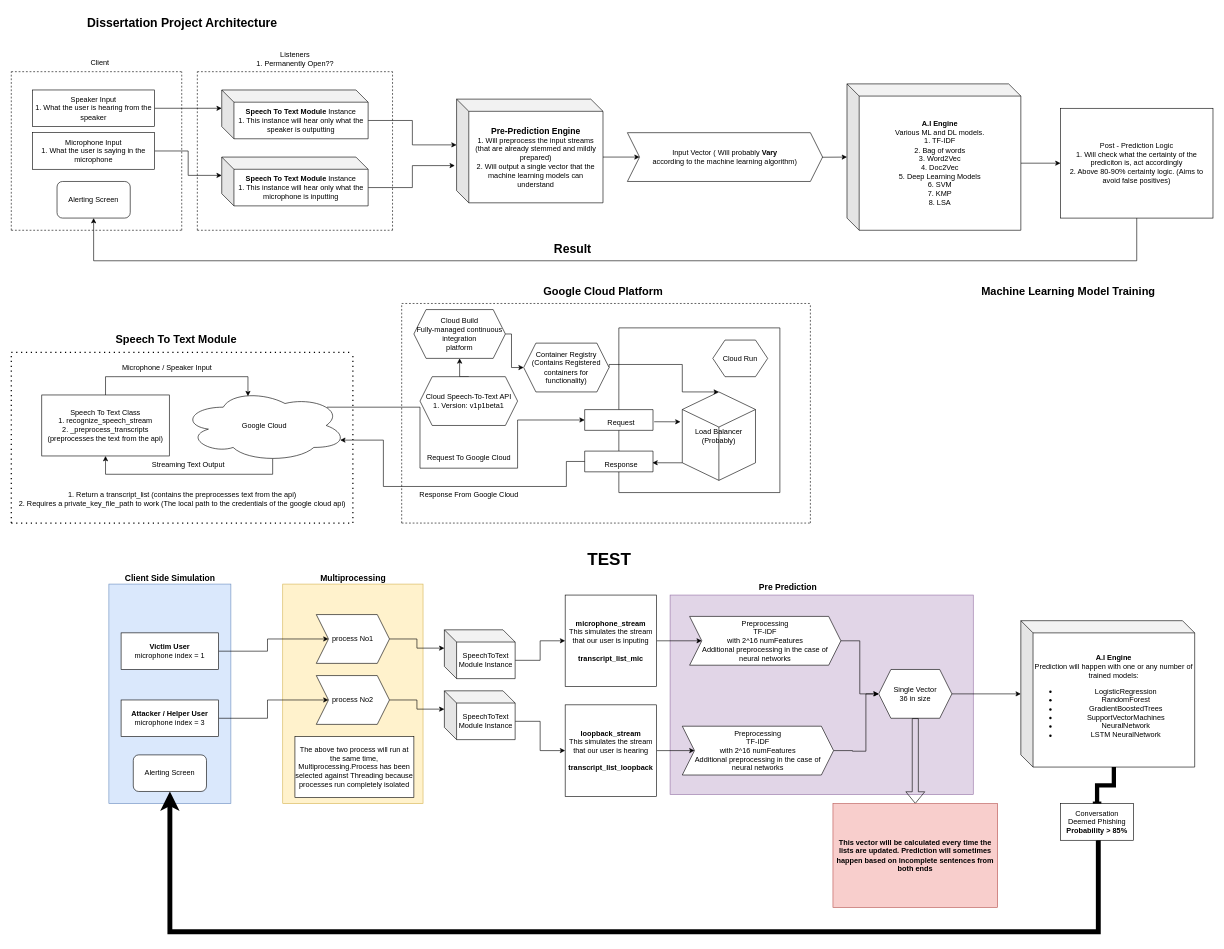
Naveenramana/Minor-project- keeps this draw.io diagram as Design/dissertation_design.drawio. Above is the earlier version. Source tidied: cells renumbered, new cells numbered last; positions are measured from the earlier drawing's top-left corner, leaving out a move shared by most shapes. Both pictures are drawn from the tidied source at 61%, with x=0, y=0 at pixel (11, 10).
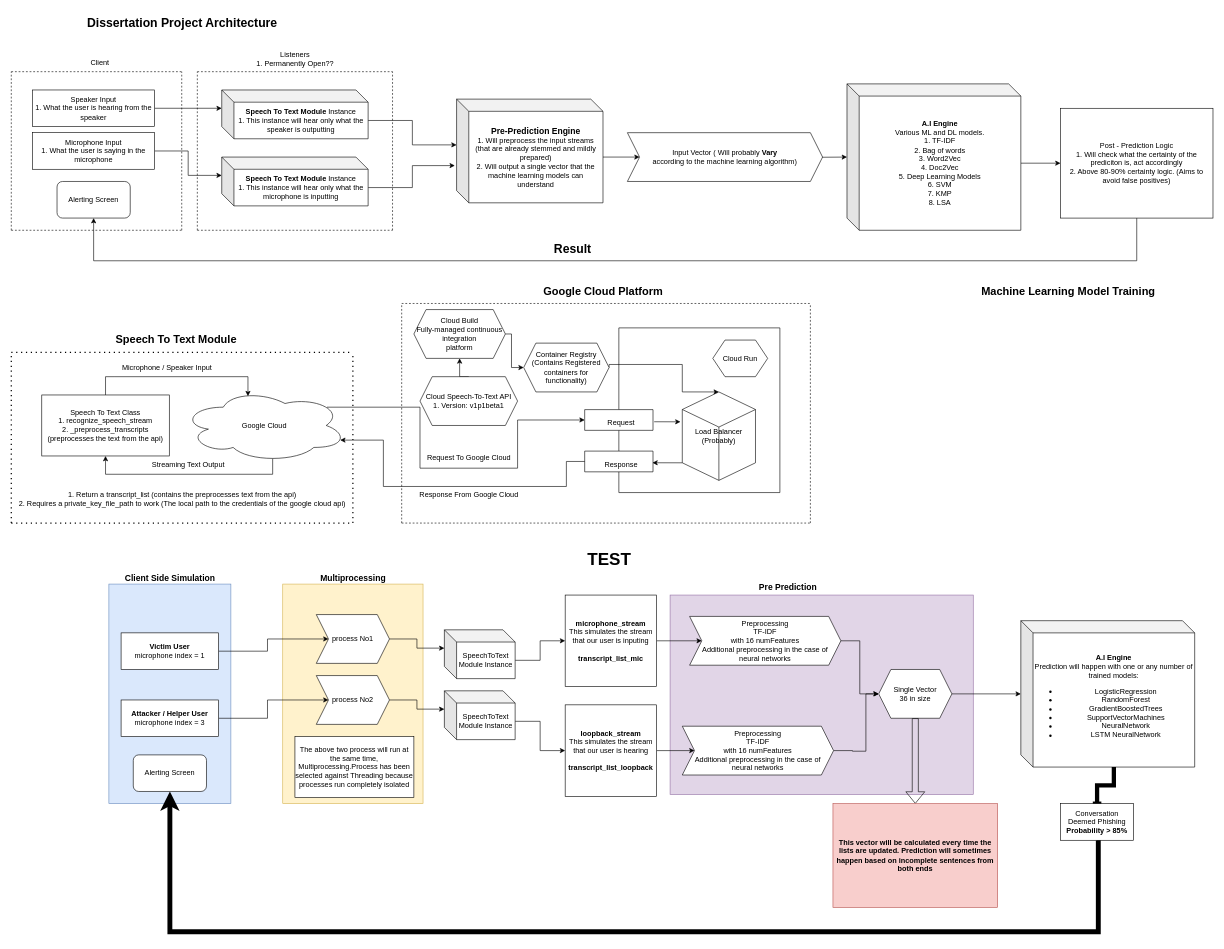
The same diagram, later.

Change to the diagram source:
```diff
@@
-    <mxCell id="90" value="Preprocessing&lt;br&gt;TF-IDF&lt;br&gt;with 2^16 numFeatures&lt;br&gt;Additional preprocessing in the case of &lt;br&gt;neural networks" style="shape=step;perimeter=stepPerimeter;whiteSpace=wrap;html=1;fixedSize=1;" parent="1" vertex="1">
+    <mxCell id="90" value="Preprocessing&lt;br&gt;TF-IDF&lt;br&gt;with 16 numFeatures&lt;br&gt;Additional preprocessing in the case of &lt;br&gt;neural networks" style="shape=step;perimeter=stepPerimeter;whiteSpace=wrap;html=1;fixedSize=1;" parent="1" vertex="1">
       <mxGeometry x="1112" y="993" width="248" height="80" as="geometry" />
     </mxCell>
@@
-    <mxCell id="100" value="Preprocessing&lt;br&gt;TF-IDF&lt;br&gt;with 2^16 numFeatures&lt;br&gt;Additional preprocessing in the case of &lt;br&gt;neural networks" style="shape=step;perimeter=stepPerimeter;whiteSpace=wrap;html=1;fixedSize=1;" parent="1" vertex="1">
+    <mxCell id="100" value="Preprocessing&lt;br&gt;TF-IDF&lt;br&gt;with 16 numFeatures&lt;br&gt;Additional preprocessing in the case of &lt;br&gt;neural networks" style="shape=step;perimeter=stepPerimeter;whiteSpace=wrap;html=1;fixedSize=1;" parent="1" vertex="1">
       <mxGeometry x="1100" y="1173" width="248" height="80" as="geometry" />
     </mxCell>
```
